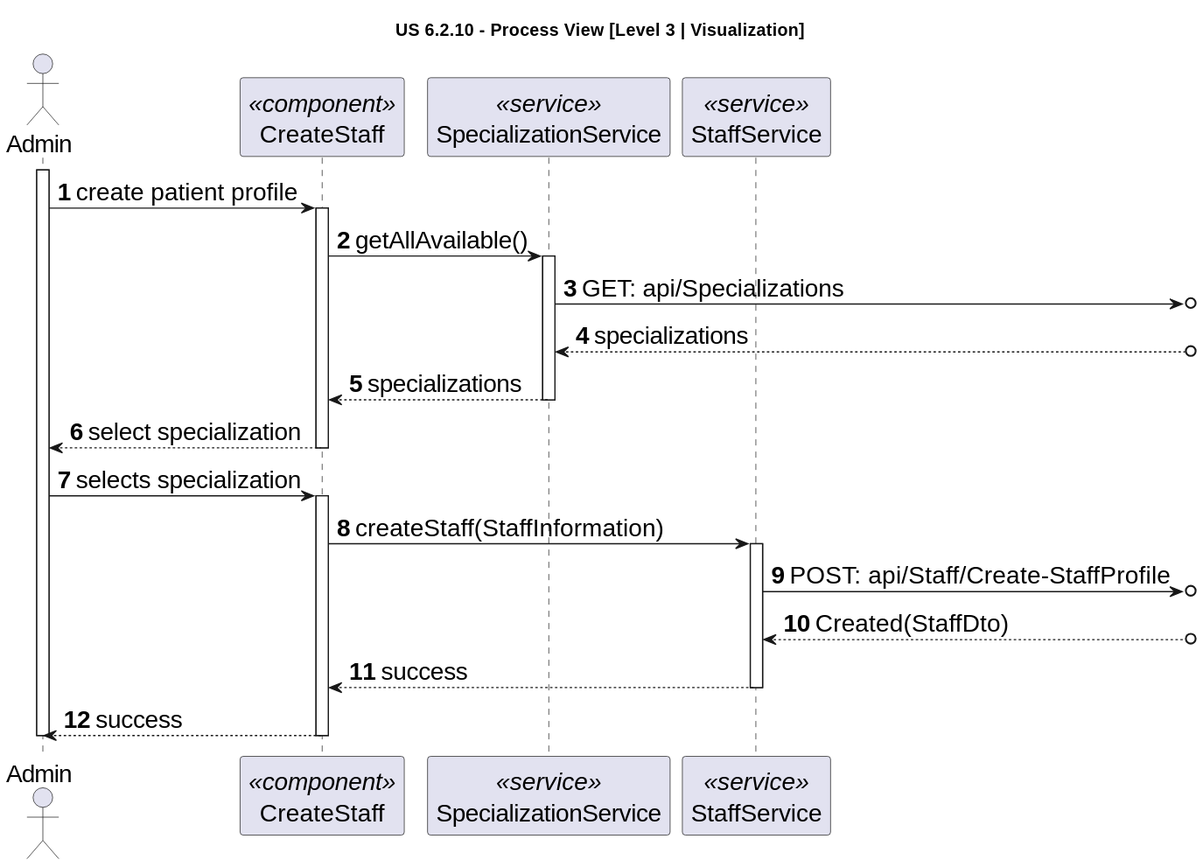
Before: docs/sprint-2/1220841/us-6.2.10/diagrams/level-3-process-view-visualization.svg, a diagram exported from PlantUML (rita-barbosa/LAPR5-2425).
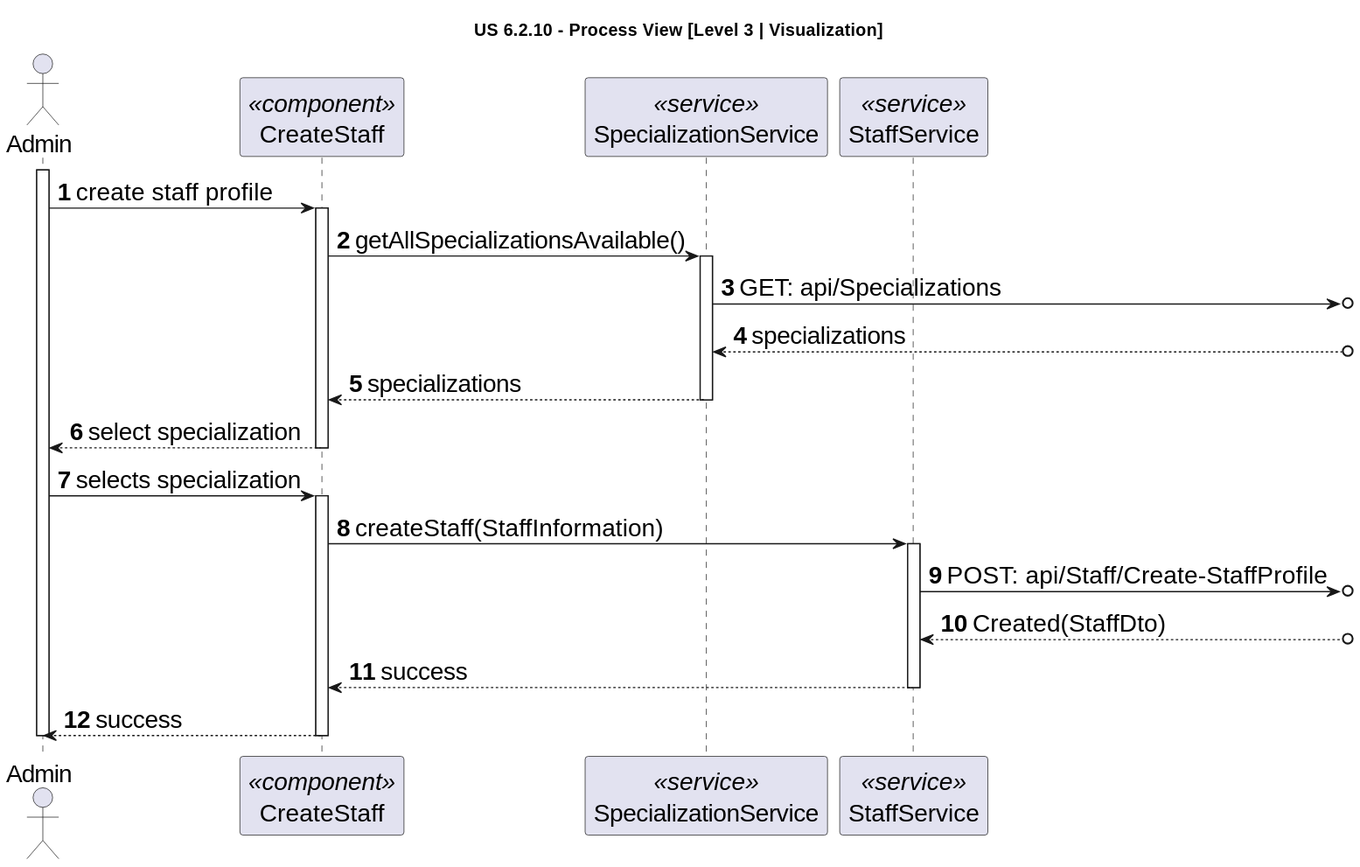
After the commit.

The edit, as a diff of the source:
```diff
@@ -10,10 +10,10 @@
 participant "StaffService" as PS <<service>>
 
 activate USER
-USER -> UPP : create patient profile
+USER -> UPP : create staff profile
 activate UPP
 
-UPP -> SS: getAllAvailable()
+UPP -> SS: getAllSpecializationsAvailable()
 activate SS
 
 SS ->o] : GET: api/Specializations
```
